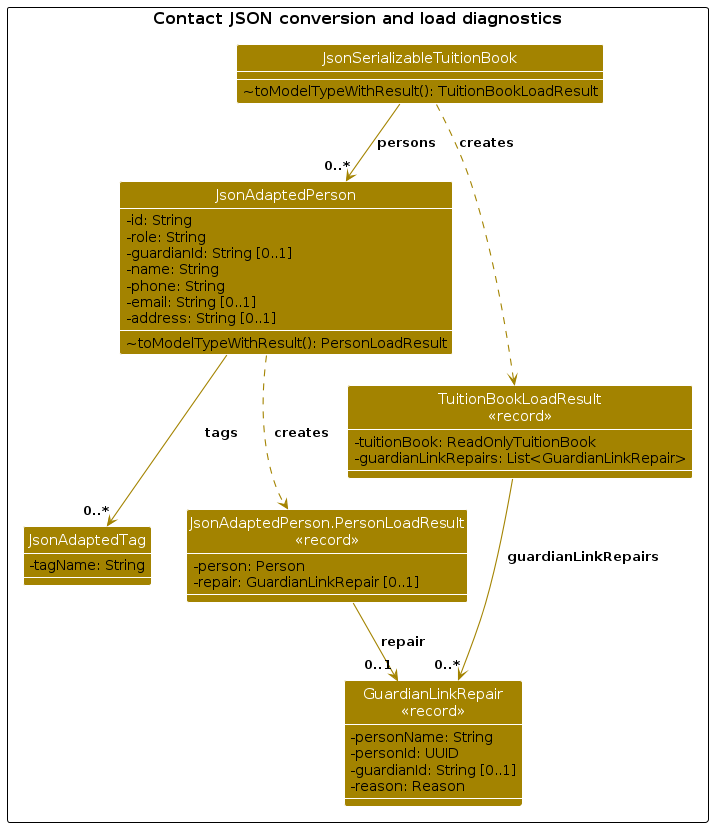
Before: diagrams/StorageDataConversionDiagram.png, a diagram exported from PlantUML (AY2627S1-CS2103T-T16-2/tp). Its source is kept beside it as diagrams/StorageDataConversionDiagram.puml. Its diagram source:
```plantuml
@startuml
!include style.puml
skinparam arrowThickness 1.1
skinparam arrowColor STORAGE_COLOR
skinparam classBackgroundColor STORAGE_COLOR
skinparam classAttributeIconSize 0
show members

package "Contact JSON conversion and load diagnostics" {
Class JsonSerializableTuitionBook {
    ~toModelTypeWithResult(): TuitionBookLoadResult
}
Class JsonAdaptedPerson {
    -id: String
    -role: String
    -guardianId: String [0..1]
    -name: String
    -phone: String
    -email: String [0..1]
    -address: String [0..1]
    ~toModelTypeWithResult(): PersonLoadResult
}
Class JsonAdaptedTag {
    -tagName: String
}
Class "TuitionBookLoadResult\n<<record>>" as TuitionBookLoadResult {
    -tuitionBook: ReadOnlyTuitionBook
    -guardianLinkRepairs: List<GuardianLinkRepair>
}
Class "JsonAdaptedPerson.PersonLoadResult\n<<record>>" as PersonLoadResult {
    -person: Person
    -repair: GuardianLinkRepair [0..1]
}
Class "GuardianLinkRepair\n<<record>>" as GuardianLinkRepair {
    -personName: String
    -personId: UUID
    -guardianId: String [0..1]
    -reason: Reason
}
}

JsonSerializableTuitionBook --> "0..*" JsonAdaptedPerson : persons
JsonAdaptedPerson --> "0..*" JsonAdaptedTag : tags
JsonSerializableTuitionBook ..> TuitionBookLoadResult : creates
JsonAdaptedPerson ..> PersonLoadResult : creates
TuitionBookLoadResult --> "0..*" GuardianLinkRepair : guardianLinkRepairs
PersonLoadResult --> "0..1" GuardianLinkRepair : repair

@enduml
```
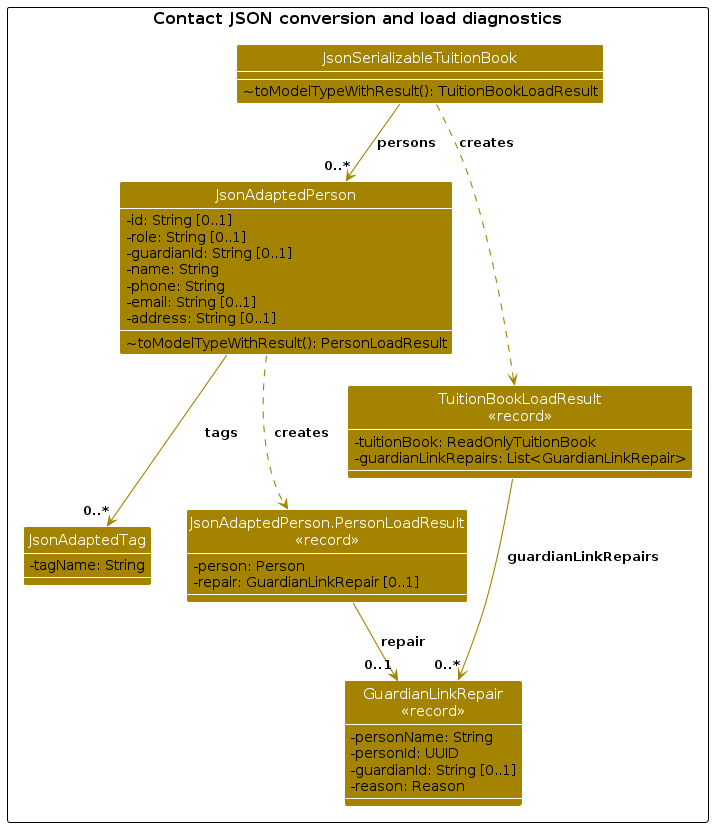
The same file after the commit.

What changed in the source:
```diff
@@ -11,8 +11,8 @@
     ~toModelTypeWithResult(): TuitionBookLoadResult
 }
 Class JsonAdaptedPerson {
-    -id: String
-    -role: String
+    -id: String [0..1]
+    -role: String [0..1]
     -guardianId: String [0..1]
     -name: String
     -phone: String
```
